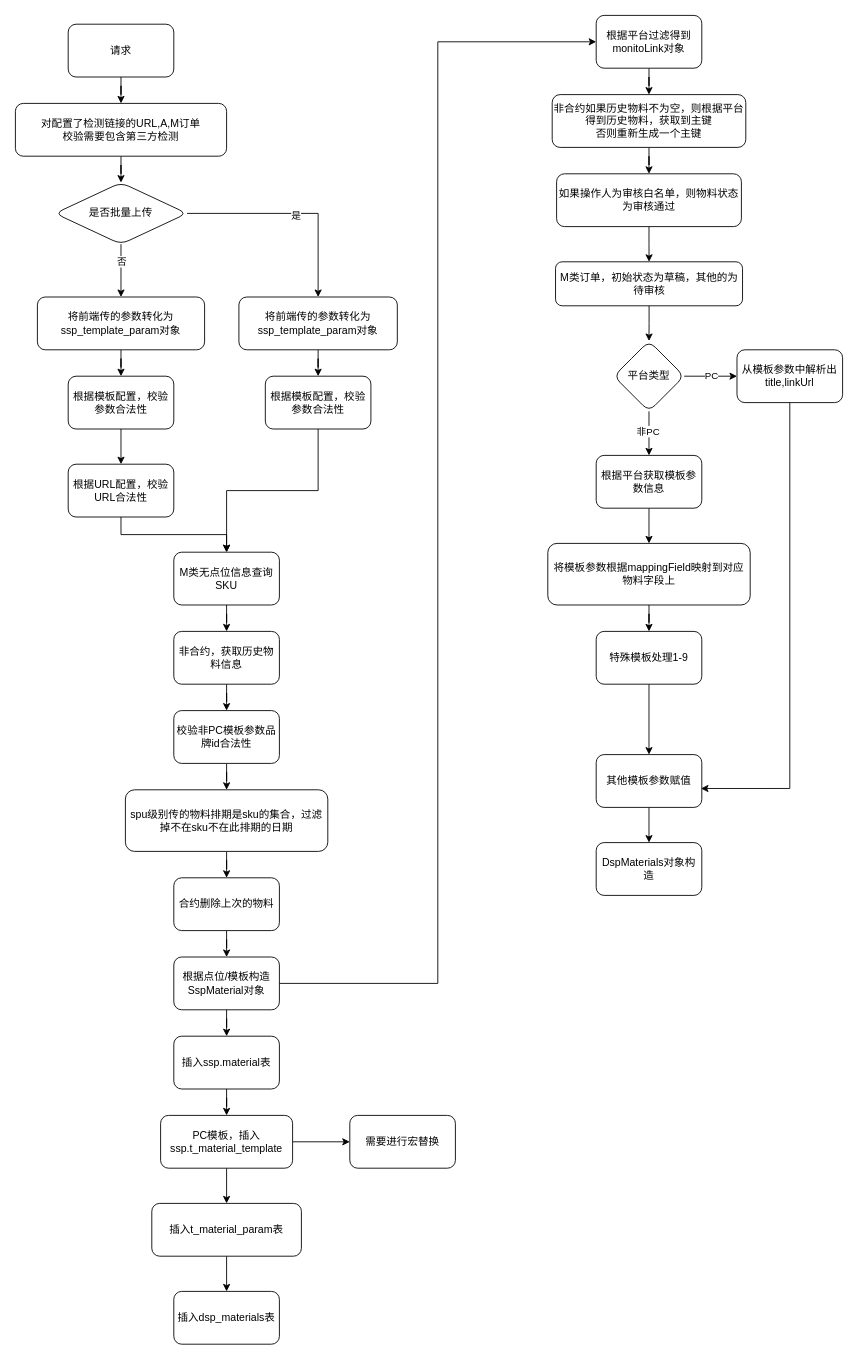
Before: 物料.drawio in huankong/processon, a draw.io diagram. Source tidied: cells renumbered, new cells numbered last; positions are measured from the earlier drawing's top-left corner, leaving out a move shared by most shapes. Both pictures are drawn from the tidied source at 88%, with x=0, y=0 at pixel (15, 15).
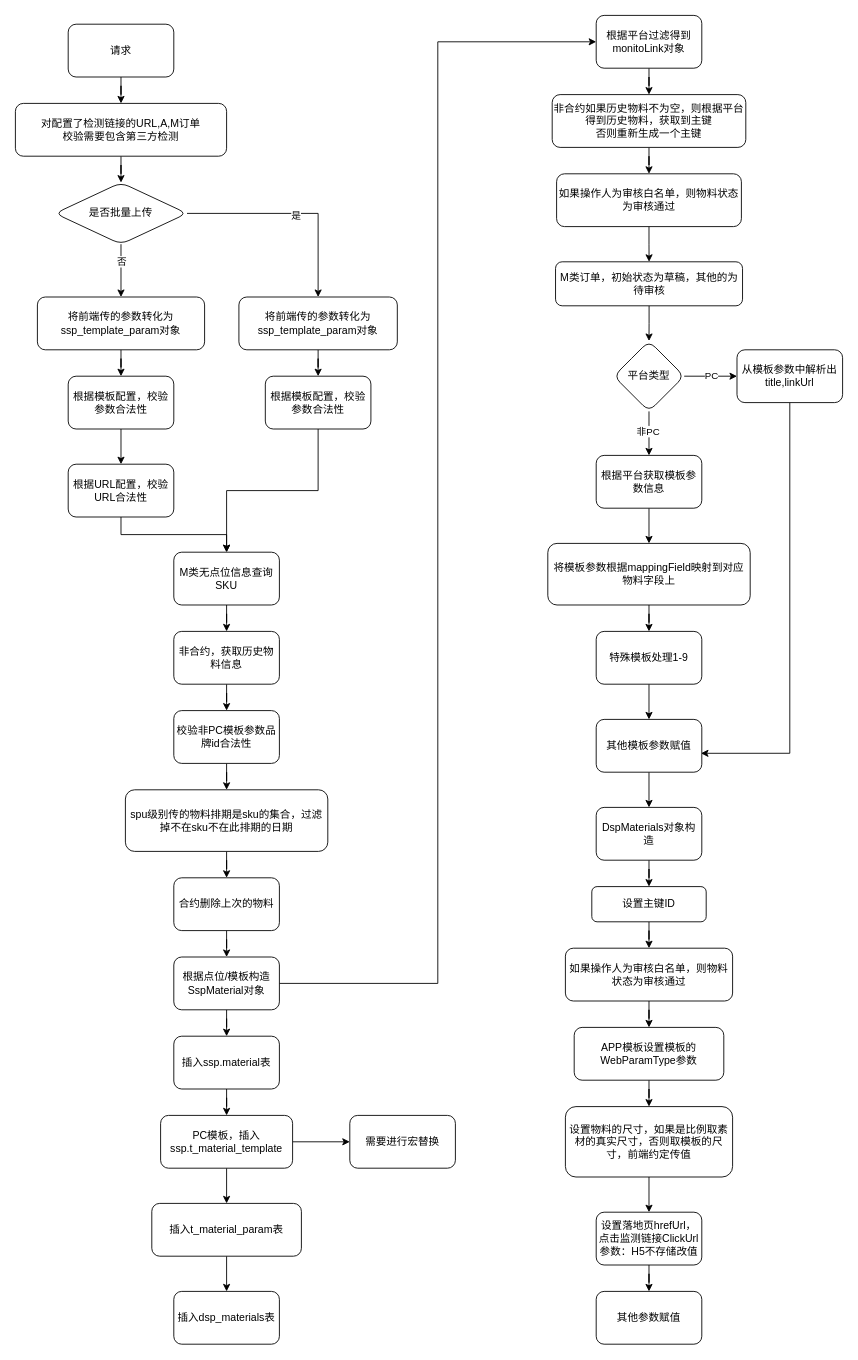
The same page after the edit.

The change refers to these unchanged cells:
```xml
<mxCell id="57" value="从模板参数中解析出title,linkUrl" style="whiteSpace=wrap;html=1;rounded=1;" parent="1" vertex="1">
  <mxGeometry x="820" y="380" width="120" height="60" as="geometry" />
</mxCell>
```

Change to the diagram source:
```diff
@@
     <mxCell id="56" style="edgeStyle=orthogonalEdgeStyle;rounded=0;jettySize=auto;html=1;entryX=0.992;entryY=0.642;entryDx=0;entryDy=0;entryPerimeter=0;" parent="1" edge="1" source="57" target="65">
       <mxGeometry relative="1" as="geometry">
         <Array as="points">
-          <mxPoint x="880" y="879" />
+          <mxPoint x="880" y="839" />
         </Array>
       </mxGeometry>
     </mxCell>
@@
     <mxCell id="65" value="其他模板参数赋值" style="whiteSpace=wrap;html=1;rounded=1;" parent="1" vertex="1">
-      <mxGeometry x="660" y="840" width="120" height="60" as="geometry" />
+      <mxGeometry x="660" y="800" width="120" height="60" as="geometry" />
     </mxCell>
+    <mxCell id="67" style="edgeStyle=orthogonalEdgeStyle;rounded=0;jettySize=auto;html=1;" parent="1" edge="1" source="66" target="69">
+      <mxGeometry relative="1" as="geometry" />
+    </mxCell>
     <mxCell id="66" value="DspMaterials对象构造" style="whiteSpace=wrap;html=1;rounded=1;" parent="1" vertex="1">
-      <mxGeometry x="660" y="940" width="120" height="60" as="geometry" />
+      <mxGeometry x="660" y="900" width="120" height="60" as="geometry" />
     </mxCell>
+    <mxCell id="68" style="edgeStyle=orthogonalEdgeStyle;rounded=0;jettySize=auto;html=1;" parent="1" edge="1" source="69" target="71">
+      <mxGeometry relative="1" as="geometry" />
+    </mxCell>
+    <mxCell id="69" value="设置主键ID" style="whiteSpace=wrap;html=1;rounded=1;" parent="1" vertex="1">
+      <mxGeometry x="655" y="990" width="130" height="40" as="geometry" />
+    </mxCell>
+    <mxCell id="70" style="edgeStyle=orthogonalEdgeStyle;rounded=0;jettySize=auto;html=1;" parent="1" edge="1" source="71" target="74">
+      <mxGeometry relative="1" as="geometry" />
+    </mxCell>
+    <mxCell id="71" value="如果操作人为审核白名单，则物料状态为审核通过" style="whiteSpace=wrap;html=1;rounded=1;" parent="1" vertex="1">
+      <mxGeometry x="625" y="1060" width="190" height="60" as="geometry" />
+    </mxCell>
+    <mxCell id="72" style="edgeStyle=orthogonalEdgeStyle;rounded=0;orthogonalLoop=1;jettySize=auto;html=1;exitX=0.5;exitY=1;exitDx=0;exitDy=0;" parent="1" edge="1" source="69" target="69">
+      <mxGeometry relative="1" as="geometry" />
+    </mxCell>
+    <mxCell id="73" style="edgeStyle=orthogonalEdgeStyle;rounded=0;jettySize=auto;html=1;" parent="1" edge="1" source="74" target="76">
+      <mxGeometry relative="1" as="geometry" />
+    </mxCell>
+    <mxCell id="74" value="APP模板设置模板的WebParamType参数" style="whiteSpace=wrap;html=1;rounded=1;" parent="1" vertex="1">
+      <mxGeometry x="635" y="1150" width="170" height="60" as="geometry" />
+    </mxCell>
+    <mxCell id="75" style="edgeStyle=orthogonalEdgeStyle;rounded=0;jettySize=auto;html=1;" parent="1" edge="1" source="76" target="78">
+      <mxGeometry relative="1" as="geometry" />
+    </mxCell>
+    <mxCell id="76" value="设置物料的尺寸，如果是比例取素材的真实尺寸，否则取模板的尺寸，前端约定传值" style="whiteSpace=wrap;html=1;rounded=1;" parent="1" vertex="1">
+      <mxGeometry x="625" y="1240" width="190" height="80" as="geometry" />
+    </mxCell>
+    <mxCell id="77" style="edgeStyle=orthogonalEdgeStyle;rounded=0;jettySize=auto;html=1;" parent="1" edge="1" source="78" target="79">
+      <mxGeometry relative="1" as="geometry" />
+    </mxCell>
+    <mxCell id="78" value="设置落地页hrefUrl，点击监测链接ClickUrl参数：H5不存储改值" style="whiteSpace=wrap;html=1;rounded=1;" parent="1" vertex="1">
+      <mxGeometry x="660" y="1360" width="120" height="60" as="geometry" />
+    </mxCell>
+    <mxCell id="79" value="其他参数赋值" style="whiteSpace=wrap;html=1;rounded=1;" parent="1" vertex="1">
+      <mxGeometry x="660" y="1450" width="120" height="60" as="geometry" />
+    </mxCell>
```
